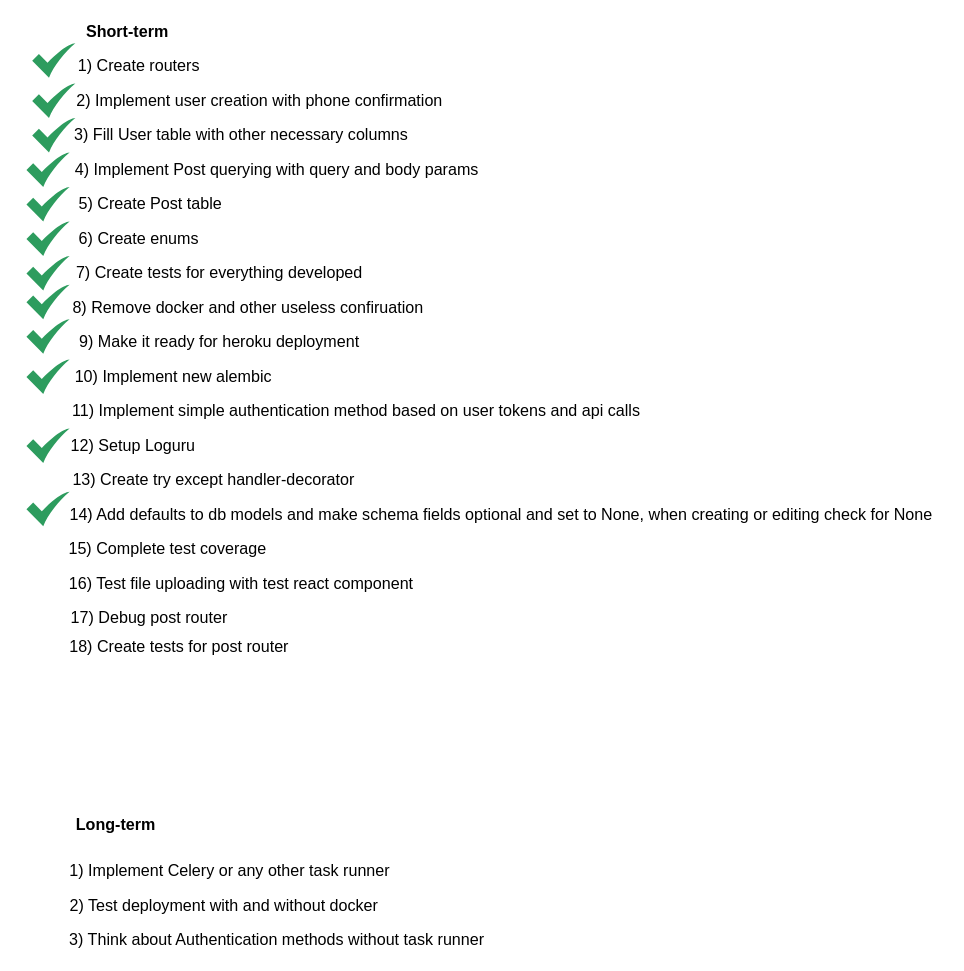
The draw.io diagram page "Objectives" (5 of 5) of backend/schema.drawio in Madi-S/kolik, before the edit. Source tidied: cells renumbered, new cells numbered last; positions are measured from the earlier drawing's top-left corner, leaving out a move shared by most shapes. Both pictures are drawn from the tidied source at 115%, with x=0, y=0 at pixel (25, 20).
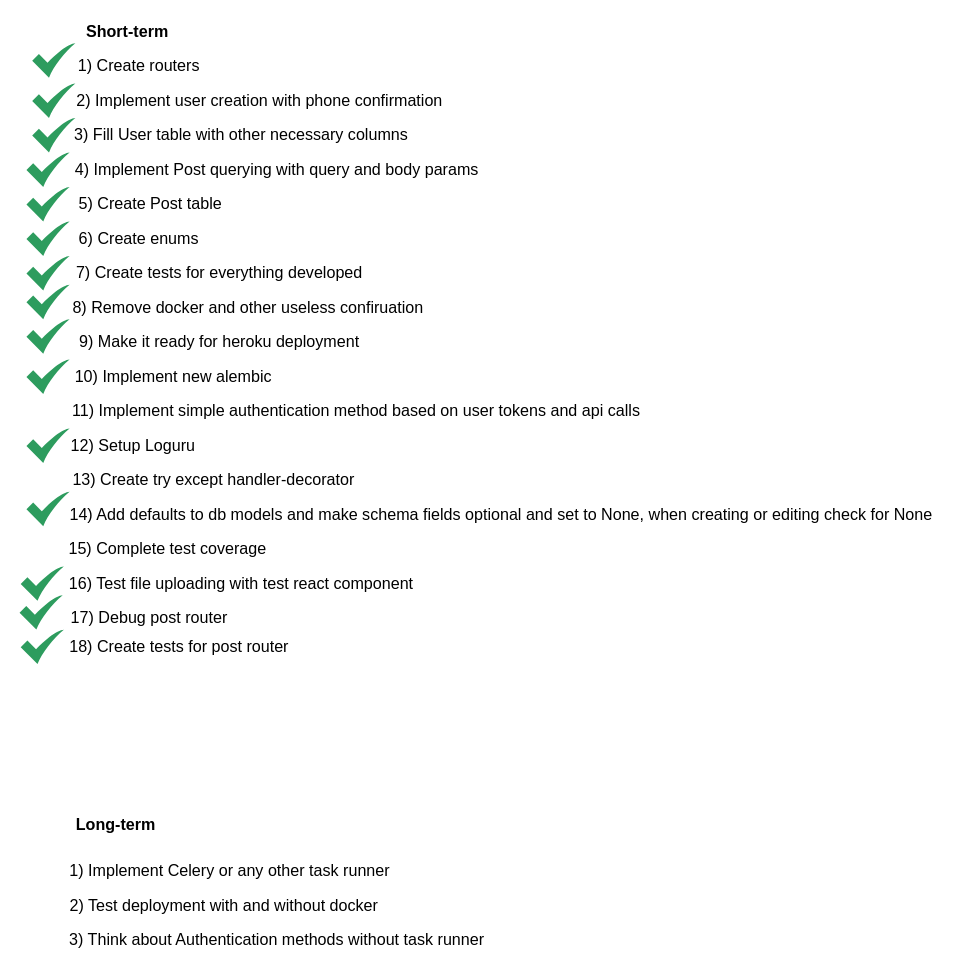
After the change.

Commit message (it also covers changes not shown here):
Short-term objectives updated

The edit, as a diff of the source:
```diff
@@
+    <mxCell id="37" style="sketch=0;html=1;strokeColor=none;shadow=0;align=center;verticalAlign=top;fillColor=#2D9C5E;shape=mxgraph.gcp2.check;fontSize=14;" parent="1" vertex="1">
+      <mxGeometry x="-4.5" y="475" width="37.5" height="30" as="geometry" />
+    </mxCell>
+    <mxCell id="38" style="sketch=0;html=1;strokeColor=none;shadow=0;align=center;verticalAlign=top;fillColor=#2D9C5E;shape=mxgraph.gcp2.check;fontSize=14;" parent="1" vertex="1">
+      <mxGeometry x="-5.5" y="500" width="37.5" height="30" as="geometry" />
+    </mxCell>
+    <mxCell id="39" style="sketch=0;html=1;strokeColor=none;shadow=0;align=center;verticalAlign=top;fillColor=#2D9C5E;shape=mxgraph.gcp2.check;fontSize=14;" parent="1" vertex="1">
+      <mxGeometry x="-4.5" y="530" width="37.5" height="30" as="geometry" />
+    </mxCell>
```
